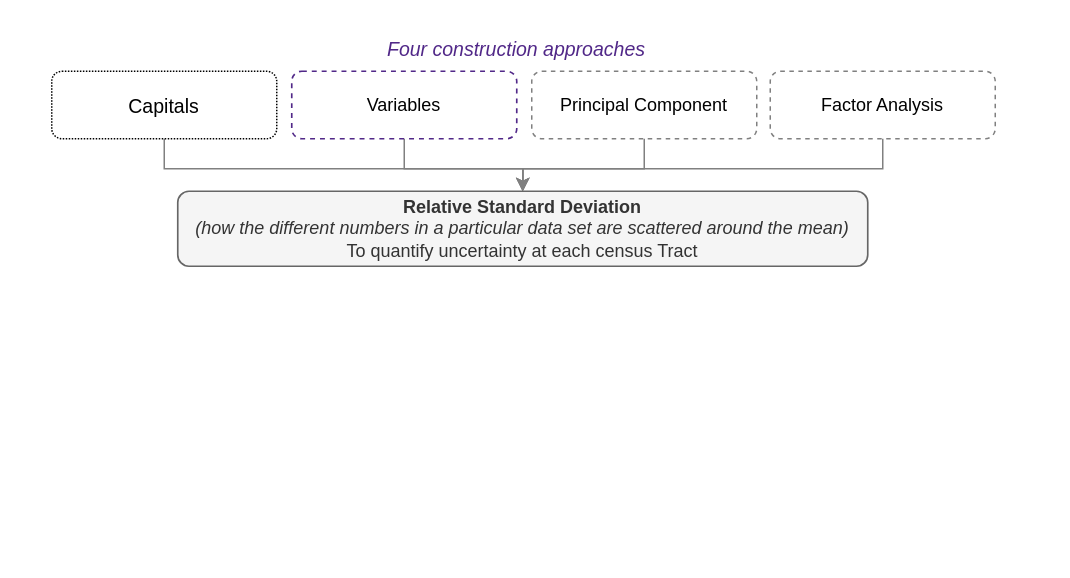
dealchre/gradDrawio keeps this draw.io diagram as relative std deviation.drawio. Above is the earlier version. Source tidied: cells renumbered, new cells numbered last; positions are measured from the earlier drawing's top-left corner, leaving out a move shared by most shapes. Both pictures are drawn from the tidied source at 150%, with x=0, y=0 at pixel (51, 26).
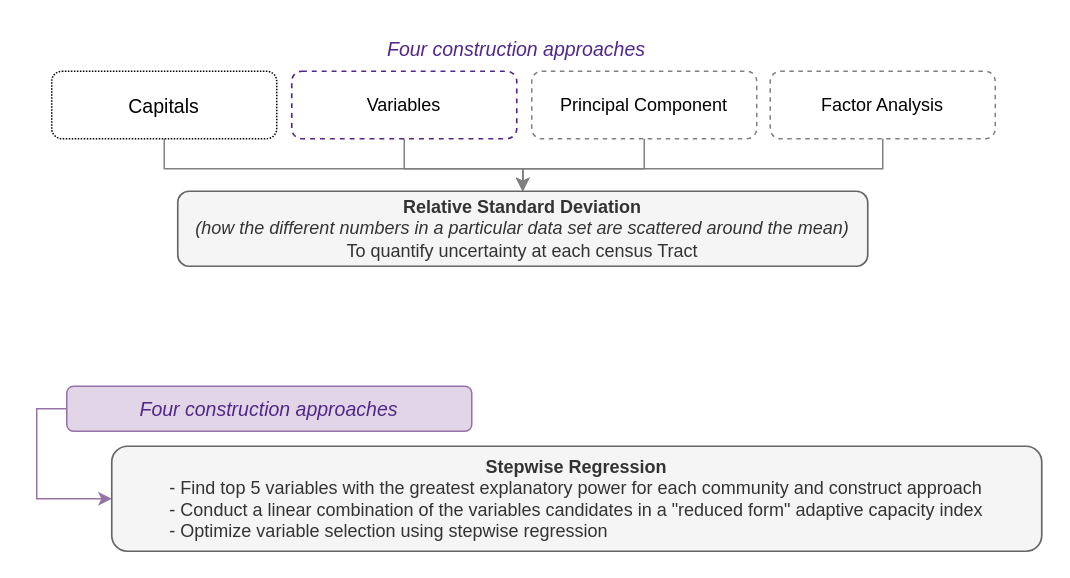
The same page after the edit.

Diff of the diagram source:
```diff
@@
 <mxGraphModel>
   <root>
     <mxCell id="0" />
     <mxCell id="1" parent="0" />
     <mxCell id="2" style="edgeStyle=orthogonalEdgeStyle;rounded=0;jettySize=auto;html=1;exitX=0.5;exitY=1;exitDx=0;exitDy=0;strokeColor=#808080;" parent="1" edge="1" source="3" target="10">
       <mxGeometry relative="1" as="geometry" />
     </mxCell>
     <mxCell id="3" value="Variables" style="text;html=1;strokeColor=#512888;fillColor=none;align=center;verticalAlign=middle;whiteSpace=wrap;rounded=1;fontSize=12;fontColor=default;dashed=1;strokeWidth=1.1;labelBorderColor=none;labelBackgroundColor=none;" parent="1" vertex="1">
       <mxGeometry x="160" y="30" width="150" height="45" as="geometry" />
     </mxCell>
     <mxCell id="4" style="edgeStyle=orthogonalEdgeStyle;rounded=0;jettySize=auto;html=1;exitX=0.5;exitY=1;exitDx=0;exitDy=0;entryX=0.5;entryY=0;entryDx=0;entryDy=0;strokeColor=#808080;" parent="1" edge="1" source="5" target="10">
       <mxGeometry relative="1" as="geometry">
         <Array as="points">
           <mxPoint x="75" y="95" />
           <mxPoint x="314" y="95" />
         </Array>
       </mxGeometry>
     </mxCell>
     <mxCell id="5" value="&lt;font color=&quot;#000000&quot;&gt;Capitals&lt;/font&gt;" style="text;html=1;strokeColor=#000000;fillColor=none;align=center;verticalAlign=middle;whiteSpace=wrap;rounded=1;fontSize=13;fontColor=#666666;dashed=1;dashPattern=1 1;" parent="1" vertex="1">
       <mxGeometry y="30" width="150" height="45" as="geometry" />
     </mxCell>
     <mxCell id="6" style="edgeStyle=orthogonalEdgeStyle;rounded=0;jettySize=auto;html=1;exitX=0.5;exitY=1;exitDx=0;exitDy=0;entryX=0.5;entryY=0;entryDx=0;entryDy=0;strokeColor=#808080;" parent="1" edge="1" source="7" target="10">
       <mxGeometry relative="1" as="geometry" />
     </mxCell>
     <mxCell id="7" value="&lt;font color=&quot;#000000&quot;&gt;Principal Component&lt;/font&gt;" style="text;html=1;strokeColor=#808080;fillColor=none;align=center;verticalAlign=middle;whiteSpace=wrap;rounded=1;glass=0;shadow=0;fontColor=#666666;dashed=1;" parent="1" vertex="1">
       <mxGeometry x="320" y="30" width="150" height="45" as="geometry" />
     </mxCell>
     <mxCell id="8" style="edgeStyle=orthogonalEdgeStyle;rounded=0;jettySize=auto;html=1;exitX=0.5;exitY=1;exitDx=0;exitDy=0;strokeColor=#808080;" parent="1" edge="1" source="9" target="10">
       <mxGeometry relative="1" as="geometry">
         <Array as="points">
           <mxPoint x="554" y="95" />
           <mxPoint x="314" y="95" />
         </Array>
       </mxGeometry>
     </mxCell>
     <mxCell id="9" value="&lt;font color=&quot;#000000&quot;&gt;Factor Analysis&lt;/font&gt;" style="text;html=1;strokeColor=#808080;fillColor=none;align=center;verticalAlign=middle;whiteSpace=wrap;rounded=1;glass=0;shadow=0;fontColor=#666666;dashed=1;" parent="1" vertex="1">
       <mxGeometry x="479" y="30" width="150" height="45" as="geometry" />
     </mxCell>
     <mxCell id="10" value="&lt;b&gt;Relative Standard Deviation&lt;/b&gt;&lt;br&gt;&lt;i&gt;(how the different numbers in a particular data set are scattered around the mean)&lt;/i&gt;&lt;br&gt;To quantify uncertainty at each census Tract" style="text;html=1;strokeColor=#666666;fillColor=#f5f5f5;align=center;verticalAlign=middle;whiteSpace=wrap;rounded=1;fontSize=12;fontColor=#333333;strokeWidth=1.1;labelBorderColor=none;labelBackgroundColor=none;" parent="1" vertex="1">
       <mxGeometry x="84" y="110" width="460" height="50" as="geometry" />
     </mxCell>
     <mxCell id="11" value="Four construction approaches" style="text;html=1;strokeColor=none;fillColor=none;align=center;verticalAlign=middle;whiteSpace=wrap;rounded=0;fontSize=13;fontStyle=2;fontColor=#512888;" parent="1" vertex="1">
       <mxGeometry width="620" height="30" as="geometry" />
     </mxCell>
+    <mxCell id="12" style="edgeStyle=orthogonalEdgeStyle;rounded=0;jettySize=auto;html=1;exitX=0;exitY=0.5;exitDx=0;exitDy=0;entryX=0;entryY=0.5;entryDx=0;entryDy=0;strokeColor=#9773a6;" parent="1" edge="1" source="13" target="14">
+      <mxGeometry relative="1" as="geometry" />
+    </mxCell>
+    <mxCell id="13" value="Four construction approaches" style="text;html=1;strokeColor=#9673a6;fillColor=#e1d5e7;align=center;verticalAlign=middle;whiteSpace=wrap;rounded=1;fontSize=13;fontStyle=2;fontColor=#512888;" parent="1" vertex="1">
+      <mxGeometry x="10" y="240" width="270" height="30" as="geometry" />
+    </mxCell>
+    <mxCell id="14" value="&lt;div style=&quot;&quot;&gt;&lt;b style=&quot;background-color: initial;&quot;&gt;Stepwise&amp;nbsp;Regression&lt;/b&gt;&lt;/div&gt;&lt;div style=&quot;&quot;&gt;&lt;span style=&quot;background-color: initial;&quot;&gt;&lt;div style=&quot;text-align: left;&quot;&gt;&lt;span style=&quot;background-color: initial;&quot;&gt;- Find top 5 variables with the greatest explanatory power for each community and construct&amp;nbsp;approach&lt;/span&gt;&lt;/div&gt;&lt;/span&gt;&lt;span style=&quot;background-color: initial;&quot;&gt;&lt;div style=&quot;text-align: left;&quot;&gt;&lt;span style=&quot;background-color: initial;&quot;&gt;- Conduct a linear combination of the variables candidates&amp;nbsp;in a &quot;reduced form&quot; adaptive capacity index&lt;/span&gt;&lt;/div&gt;&lt;/span&gt;&lt;span style=&quot;background-color: initial;&quot;&gt;&lt;div style=&quot;text-align: left;&quot;&gt;&lt;span style=&quot;background-color: initial;&quot;&gt;- Optimize variable selection using stepwise regression&lt;/span&gt;&lt;/div&gt;&lt;/span&gt;&lt;/div&gt;" style="text;html=1;strokeColor=#666666;fillColor=#f5f5f5;align=center;verticalAlign=middle;whiteSpace=wrap;rounded=1;fontSize=12;fontColor=#333333;strokeWidth=1.1;labelBorderColor=none;labelBackgroundColor=none;" parent="1" vertex="1">
+      <mxGeometry x="40" y="280" width="620" height="70" as="geometry" />
+    </mxCell>
   </root>
 </mxGraphModel>
```
